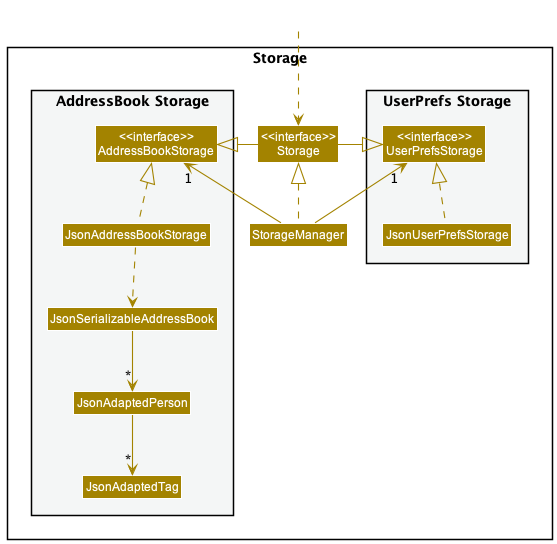
This is docs/images/StorageClassDiagram.png from nus-cs2103-AY2223S1/tp, a PlantUML export, as it was before one commit.
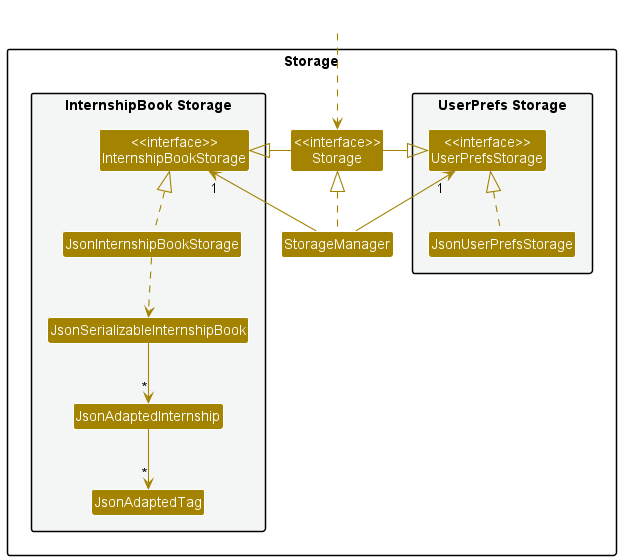
After the commit.

Commit message:
DG: Update Storage, README.md: Reformat AboutUs

Change to the diagram source:
```diff
@@ -14,11 +14,11 @@
 Class "<<interface>>\nStorage" as Storage
 Class StorageManager
 
-package "AddressBook Storage" #F4F6F6{
-Class "<<interface>>\nAddressBookStorage" as AddressBookStorage
-Class JsonAddressBookStorage
-Class JsonSerializableAddressBook
-Class JsonAdaptedPerson
+package "InternshipBook Storage" #F4F6F6{
+Class "<<interface>>\nInternshipBookStorage" as InternshipBookStorage
+Class JsonInternshipBookStorage
+Class JsonSerializableInternshipBook
+Class JsonAdaptedInternship
 Class JsonAdaptedTag
 }
 
@@ -29,15 +29,15 @@
 
 StorageManager .up.|> Storage
 StorageManager -up-> "1" UserPrefsStorage
-StorageManager -up-> "1" AddressBookStorage
+StorageManager -up-> "1" InternshipBookStorage
 
 Storage -left-|> UserPrefsStorage
-Storage -right-|> AddressBookStorage
+Storage -right-|> InternshipBookStorage
 
 JsonUserPrefsStorage .up.|> UserPrefsStorage
-JsonAddressBookStorage .up.|> AddressBookStorage
-JsonAddressBookStorage ..> JsonSerializableAddressBook
-JsonSerializableAddressBook --> "*" JsonAdaptedPerson
-JsonAdaptedPerson --> "*" JsonAdaptedTag
+JsonInternshipBookStorage .up.|> InternshipBookStorage
+JsonInternshipBookStorage ..> JsonSerializableInternshipBook
+JsonSerializableInternshipBook --> "*" JsonAdaptedInternship
+JsonAdaptedInternship --> "*" JsonAdaptedTag
 
 @enduml
```
